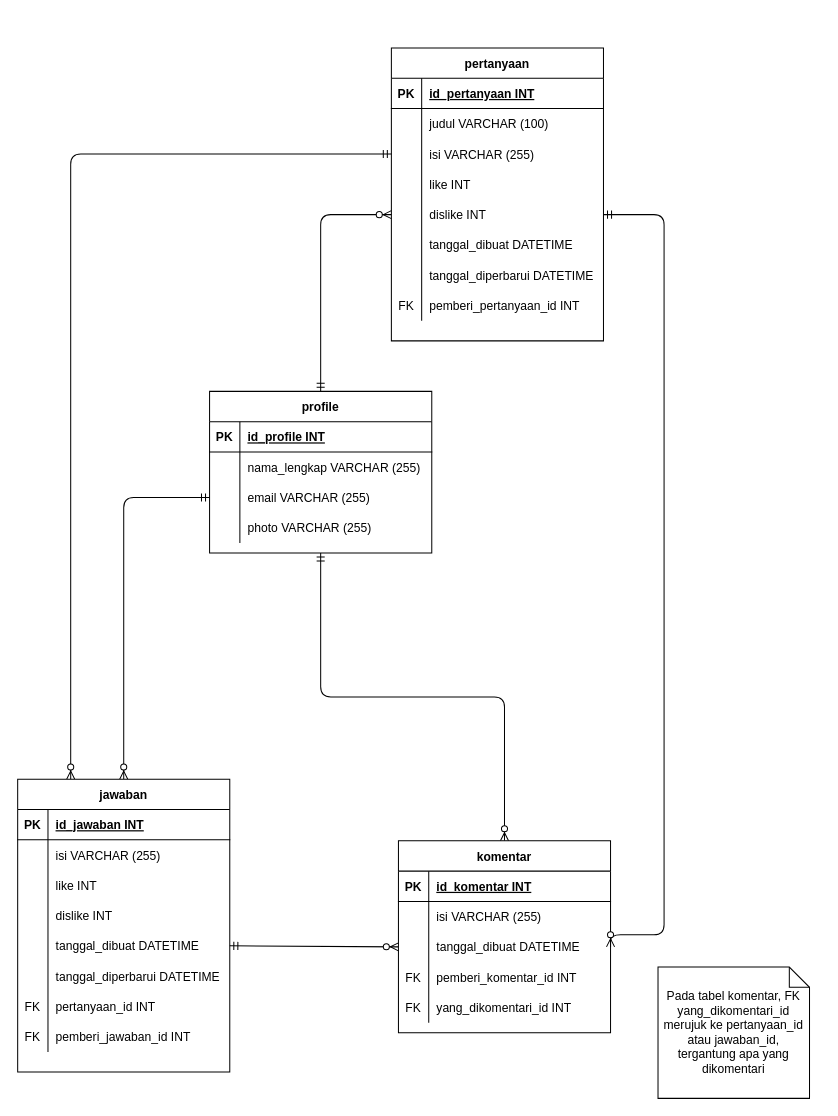
Earlier version of the draw.io diagram Untitled Diagram.drawio (rizqi-111/sql-sanbercode). Source tidied: cells renumbered, new cells numbered last; positions are measured from the earlier drawing's top-left corner, leaving out a move shared by most shapes. Both pictures are drawn from the tidied source at 101%, with x=0, y=0 at pixel (17, 47).
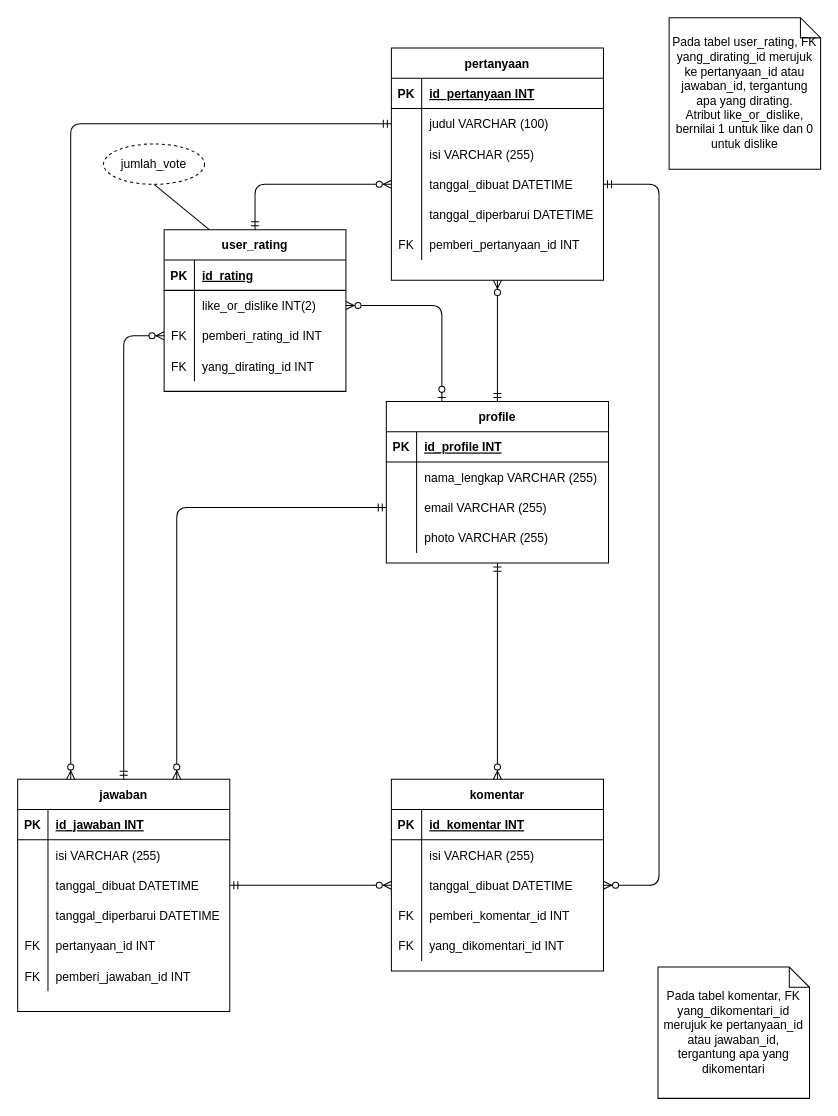
After the change.

The change refers to these unchanged cells:
```xml
<mxCell id="2" style="group;" parent="1" vertex="1">
  <mxGeometry x="370" width="210" height="230" as="geometry" />
</mxCell>
<mxCell id="7" style="shape=partialRectangle;fillColor=none;top=0;left=0;bottom=0;right=0;points=[[0,0.5],[1,0.5]];portConstraint=eastwest;" parent="3" vertex="1">
  <mxGeometry y="60" width="210" height="30" as="geometry" />
</mxCell>
<mxCell id="10" style="shape=partialRectangle;fillColor=none;top=0;left=0;bottom=0;right=0;points=[[0,0.5],[1,0.5]];portConstraint=eastwest;" parent="3" vertex="1">
  <mxGeometry y="90" width="210" height="30" as="geometry" />
</mxCell>
<mxCell id="67" style="shape=partialRectangle;fillColor=none;top=0;left=0;bottom=0;right=0;points=[[0,0.5],[1,0.5]];portConstraint=eastwest;" parent="60" vertex="1">
  <mxGeometry y="90" width="210" height="30" as="geometry" />
</mxCell>
```

The edit, as a diff of the source:
```diff
@@
     <mxCell id="3" value="pertanyaan" style="shape=table;startSize=30;childLayout=tableLayout;rowLines=0;fontStyle=1;align=center;" parent="2" vertex="1">
-      <mxGeometry width="210" height="290" as="geometry" />
+      <mxGeometry width="210" height="230" as="geometry" />
     </mxCell>
@@
-    <mxCell id="13" style="shape=partialRectangle;fillColor=none;top=0;left=0;bottom=0;right=0;" parent="3" vertex="1">
-      <mxGeometry y="120" width="210" height="30" as="geometry" />
-    </mxCell>
-    <mxCell id="14" style="shape=partialRectangle;fillColor=none;top=0;left=0;bottom=0;right=0;overflow=hidden;" parent="13" vertex="1">
-      <mxGeometry width="30" height="30" as="geometry" />
-    </mxCell>
-    <mxCell id="15" value="like INT" style="shape=partialRectangle;fillColor=none;top=0;left=0;bottom=0;right=0;align=left;spacingLeft=6;overflow=hidden;" parent="13" vertex="1">
-      <mxGeometry x="30" width="180" height="30" as="geometry" />
-    </mxCell>
-    <mxCell id="16" style="shape=partialRectangle;fillColor=none;top=0;left=0;bottom=0;right=0;points=[[0,0.5],[1,0.5]];portConstraint=eastwest;" parent="3" vertex="1">
-      <mxGeometry y="150" width="210" height="30" as="geometry" />
-    </mxCell>
-    <mxCell id="17" style="shape=partialRectangle;fillColor=none;top=0;left=0;bottom=0;right=0;overflow=hidden;" parent="16" vertex="1">
-      <mxGeometry width="30" height="30" as="geometry" />
-    </mxCell>
-    <mxCell id="18" value="dislike INT" style="shape=partialRectangle;fillColor=none;top=0;left=0;bottom=0;right=0;align=left;spacingLeft=6;overflow=hidden;" parent="16" vertex="1">
-      <mxGeometry x="30" width="180" height="30" as="geometry" />
-    </mxCell>
     <mxCell id="19" style="shape=partialRectangle;fillColor=none;top=0;left=0;bottom=0;right=0;points=[[0,0.5],[1,0.5]];portConstraint=eastwest;" parent="3" vertex="1">
-      <mxGeometry y="180" width="210" height="30" as="geometry" />
+      <mxGeometry y="120" width="210" height="30" as="geometry" />
     </mxCell>
@@
     <mxCell id="22" style="shape=partialRectangle;fillColor=none;top=0;left=0;bottom=0;right=0;" parent="3" vertex="1">
-      <mxGeometry y="210" width="210" height="30" as="geometry" />
+      <mxGeometry y="150" width="210" height="30" as="geometry" />
     </mxCell>
@@
     <mxCell id="25" style="shape=partialRectangle;fillColor=none;top=0;left=0;bottom=0;right=0;" parent="3" vertex="1">
-      <mxGeometry y="240" width="210" height="30" as="geometry" />
+      <mxGeometry y="180" width="210" height="30" as="geometry" />
     </mxCell>
@@
-    <mxCell id="30" style="fontSize=12;html=1;endArrow=ERzeroToMany;startArrow=ERmandOne;exitX=0.5;exitY=0;exitDx=0;exitDy=0;entryX=0;entryY=0.5;entryDx=0;entryDy=0;edgeStyle=orthogonalEdgeStyle;" parent="1" edge="1" source="76" target="16">
+    <mxCell id="30" style="fontSize=12;html=1;endArrow=ERzeroToMany;startArrow=ERmandOne;exitX=0.5;exitY=0;exitDx=0;exitDy=0;entryX=0.5;entryY=1;entryDx=0;entryDy=0;edgeStyle=orthogonalEdgeStyle;" parent="1" edge="1" source="76" target="3">
       <mxGeometry relative="1" as="geometry" />
     </mxCell>
@@
-    <mxCell id="33" style="fontSize=12;html=1;endArrow=ERzeroToMany;startArrow=ERmandOne;exitX=0;exitY=0.5;exitDx=0;exitDy=0;entryX=0.5;entryY=0;entryDx=0;entryDy=0;edgeStyle=orthogonalEdgeStyle;" parent="1" edge="1" source="83" target="35">
+    <mxCell id="33" style="fontSize=12;html=1;endArrow=ERzeroToMany;startArrow=ERmandOne;exitX=0;exitY=0.5;exitDx=0;exitDy=0;entryX=0.75;entryY=0;entryDx=0;entryDy=0;edgeStyle=orthogonalEdgeStyle;" parent="1" edge="1" source="83" target="35">
       <mxGeometry relative="1" as="geometry" />
     </mxCell>
-    <mxCell id="34" style="fontSize=12;html=1;endArrow=ERzeroToMany;startArrow=ERmandOne;exitX=0;exitY=0.5;exitDx=0;exitDy=0;entryX=0.25;entryY=0;entryDx=0;entryDy=0;edgeStyle=orthogonalEdgeStyle;" parent="1" edge="1" source="10" target="35">
+    <mxCell id="34" style="fontSize=12;html=1;endArrow=ERzeroToMany;startArrow=ERmandOne;exitX=0;exitY=0.5;exitDx=0;exitDy=0;entryX=0.25;entryY=0;entryDx=0;entryDy=0;edgeStyle=orthogonalEdgeStyle;" parent="1" edge="1" source="7" target="35">
       <mxGeometry relative="1" as="geometry" />
     </mxCell>
     <mxCell id="35" value="jawaban" style="shape=table;startSize=30;childLayout=tableLayout;rowLines=0;fontStyle=1;align=center;" parent="1" vertex="1">
-      <mxGeometry y="724" width="210" height="290" as="geometry" />
+      <mxGeometry y="724" width="210" height="230" as="geometry" />
     </mxCell>
@@
-    <mxCell id="42" style="shape=partialRectangle;fillColor=none;top=0;left=0;bottom=0;right=0;" parent="35" vertex="1">
-      <mxGeometry y="90" width="210" height="30" as="geometry" />
-    </mxCell>
-    <mxCell id="43" style="shape=partialRectangle;fillColor=none;top=0;left=0;bottom=0;right=0;overflow=hidden;" parent="42" vertex="1">
-      <mxGeometry width="30" height="30" as="geometry" />
-    </mxCell>
-    <mxCell id="44" value="like INT" style="shape=partialRectangle;fillColor=none;top=0;left=0;bottom=0;right=0;align=left;spacingLeft=6;overflow=hidden;" parent="42" vertex="1">
-      <mxGeometry x="30" width="180" height="30" as="geometry" />
-    </mxCell>
-    <mxCell id="45" style="shape=partialRectangle;fillColor=none;top=0;left=0;bottom=0;right=0;" parent="35" vertex="1">
-      <mxGeometry y="120" width="210" height="30" as="geometry" />
-    </mxCell>
-    <mxCell id="46" style="shape=partialRectangle;fillColor=none;top=0;left=0;bottom=0;right=0;overflow=hidden;" parent="45" vertex="1">
-      <mxGeometry width="30" height="30" as="geometry" />
-    </mxCell>
-    <mxCell id="47" value="dislike INT" style="shape=partialRectangle;fillColor=none;top=0;left=0;bottom=0;right=0;align=left;spacingLeft=6;overflow=hidden;" parent="45" vertex="1">
-      <mxGeometry x="30" width="180" height="30" as="geometry" />
-    </mxCell>
     <mxCell id="48" style="shape=partialRectangle;fillColor=none;top=0;left=0;bottom=0;right=0;points=[[0,0.5],[1,0.5]];portConstraint=eastwest;" parent="35" vertex="1">
-      <mxGeometry y="150" width="210" height="30" as="geometry" />
+      <mxGeometry y="90" width="210" height="30" as="geometry" />
     </mxCell>
@@
     <mxCell id="51" style="shape=partialRectangle;fillColor=none;top=0;left=0;bottom=0;right=0;" parent="35" vertex="1">
-      <mxGeometry y="180" width="210" height="30" as="geometry" />
+      <mxGeometry y="120" width="210" height="30" as="geometry" />
     </mxCell>
@@
     <mxCell id="54" style="shape=partialRectangle;fillColor=none;top=0;left=0;bottom=0;right=0;" parent="35" vertex="1">
-      <mxGeometry y="210" width="210" height="30" as="geometry" />
+      <mxGeometry y="150" width="210" height="30" as="geometry" />
     </mxCell>
@@
     <mxCell id="57" style="shape=partialRectangle;fillColor=none;top=0;left=0;bottom=0;right=0;" parent="35" vertex="1">
-      <mxGeometry y="240" width="210" height="30" as="geometry" />
+      <mxGeometry y="180" width="210" height="30" as="geometry" />
     </mxCell>
@@
+    <mxCell id="89" style="fontSize=12;html=1;endArrow=ERzeroToMany;startArrow=ERmandOne;exitX=1;exitY=0.5;exitDx=0;exitDy=0;entryX=1;entryY=0.5;entryDx=0;entryDy=0;edgeStyle=orthogonalEdgeStyle;" parent="1" edge="1" source="19" target="67">
+      <mxGeometry relative="1" as="geometry">
+        <Array as="points">
+          <mxPoint x="635" y="135" />
+          <mxPoint x="635" y="829" />
+        </Array>
+      </mxGeometry>
+    </mxCell>
+    <mxCell id="90" value="Pada tabel komentar, FK yang_dikomentari_id merujuk ke pertanyaan_id atau jawaban_id, tergantung apa yang dikomentari" style="shape=note;size=20;whiteSpace=wrap;html=1;" parent="1" vertex="1">
+      <mxGeometry x="634" y="910" width="150" height="130" as="geometry" />
+    </mxCell>
+    <mxCell id="76" value="profile" style="shape=table;startSize=30;childLayout=tableLayout;rowLines=0;fontStyle=1;align=center;" parent="1" vertex="1">
+      <mxGeometry x="365" y="350" width="220" height="160" as="geometry" />
+    </mxCell>
+    <mxCell id="77" style="shape=partialRectangle;fillColor=none;top=0;left=0;bottom=1;right=0;" parent="76" vertex="1">
+      <mxGeometry y="30" width="220" height="30" as="geometry" />
+    </mxCell>
+    <mxCell id="78" value="PK" style="shape=partialRectangle;fillColor=none;top=0;left=0;bottom=0;right=0;fontStyle=1;overflow=hidden;" parent="77" vertex="1">
+      <mxGeometry width="30" height="30" as="geometry" />
+    </mxCell>
+    <mxCell id="79" value="id_profile INT" style="shape=partialRectangle;fillColor=none;top=0;left=0;bottom=0;right=0;align=left;spacingLeft=6;fontStyle=5;overflow=hidden;" parent="77" vertex="1">
+      <mxGeometry x="30" width="190" height="30" as="geometry" />
+    </mxCell>
+    <mxCell id="80" style="shape=partialRectangle;fillColor=none;top=0;left=0;bottom=0;right=0;" parent="76" vertex="1">
+      <mxGeometry y="60" width="220" height="30" as="geometry" />
+    </mxCell>
+    <mxCell id="81" style="shape=partialRectangle;fillColor=none;top=0;left=0;bottom=0;right=0;overflow=hidden;" parent="80" vertex="1">
+      <mxGeometry width="30" height="30" as="geometry" />
+    </mxCell>
+    <mxCell id="82" value="nama_lengkap VARCHAR (255)" style="shape=partialRectangle;fillColor=none;top=0;left=0;bottom=0;right=0;align=left;spacingLeft=6;overflow=hidden;" parent="80" vertex="1">
+      <mxGeometry x="30" width="190" height="30" as="geometry" />
+    </mxCell>
+    <mxCell id="83" style="shape=partialRectangle;fillColor=none;top=0;left=0;bottom=0;right=0;points=[[0,0.5],[1,0.5]];portConstraint=eastwest;" parent="76" vertex="1">
+      <mxGeometry y="90" width="220" height="30" as="geometry" />
+    </mxCell>
+    <mxCell id="84" style="shape=partialRectangle;fillColor=none;top=0;left=0;bottom=0;right=0;overflow=hidden;" parent="83" vertex="1">
+      <mxGeometry width="30" height="30" as="geometry" />
+    </mxCell>
+    <mxCell id="85" value="email VARCHAR (255)" style="shape=partialRectangle;fillColor=none;top=0;left=0;bottom=0;right=0;align=left;spacingLeft=6;overflow=hidden;" parent="83" vertex="1">
+      <mxGeometry x="30" width="190" height="30" as="geometry" />
+    </mxCell>
+    <mxCell id="86" style="shape=partialRectangle;fillColor=none;top=0;left=0;bottom=0;right=0;" parent="76" vertex="1">
+      <mxGeometry y="120" width="220" height="30" as="geometry" />
+    </mxCell>
+    <mxCell id="87" style="shape=partialRectangle;fillColor=none;top=0;left=0;bottom=0;right=0;overflow=hidden;" parent="86" vertex="1">
+      <mxGeometry width="30" height="30" as="geometry" />
+    </mxCell>
+    <mxCell id="88" value="photo VARCHAR (255)" style="shape=partialRectangle;fillColor=none;top=0;left=0;bottom=0;right=0;align=left;spacingLeft=6;overflow=hidden;" parent="86" vertex="1">
+      <mxGeometry x="30" width="190" height="30" as="geometry" />
+    </mxCell>
     <mxCell id="60" value="komentar" style="shape=table;startSize=30;childLayout=tableLayout;rowLines=0;fontStyle=1;align=center;" parent="1" vertex="1">
-      <mxGeometry x="377" y="785" width="210" height="190" as="geometry" />
+      <mxGeometry x="370" y="724" width="210" height="190" as="geometry" />
     </mxCell>
@@
-    <mxCell id="76" value="profile" style="shape=table;startSize=30;childLayout=tableLayout;rowLines=0;fontStyle=1;align=center;" parent="1" vertex="1">
-      <mxGeometry x="190" y="340" width="220" height="160" as="geometry" />
-    </mxCell>
-    <mxCell id="77" style="shape=partialRectangle;fillColor=none;top=0;left=0;bottom=1;right=0;" parent="76" vertex="1">
-      <mxGeometry y="30" width="220" height="30" as="geometry" />
-    </mxCell>
-    <mxCell id="78" value="PK" style="shape=partialRectangle;fillColor=none;top=0;left=0;bottom=0;right=0;fontStyle=1;overflow=hidden;" parent="77" vertex="1">
-      <mxGeometry width="30" height="30" as="geometry" />
-    </mxCell>
-    <mxCell id="79" value="id_profile INT" style="shape=partialRectangle;fillColor=none;top=0;left=0;bottom=0;right=0;align=left;spacingLeft=6;fontStyle=5;overflow=hidden;" parent="77" vertex="1">
-      <mxGeometry x="30" width="190" height="30" as="geometry" />
-    </mxCell>
-    <mxCell id="80" style="shape=partialRectangle;fillColor=none;top=0;left=0;bottom=0;right=0;" parent="76" vertex="1">
-      <mxGeometry y="60" width="220" height="30" as="geometry" />
-    </mxCell>
-    <mxCell id="81" style="shape=partialRectangle;fillColor=none;top=0;left=0;bottom=0;right=0;overflow=hidden;" parent="80" vertex="1">
-      <mxGeometry width="30" height="30" as="geometry" />
-    </mxCell>
-    <mxCell id="82" value="nama_lengkap VARCHAR (255)" style="shape=partialRectangle;fillColor=none;top=0;left=0;bottom=0;right=0;align=left;spacingLeft=6;overflow=hidden;" parent="80" vertex="1">
-      <mxGeometry x="30" width="190" height="30" as="geometry" />
-    </mxCell>
-    <mxCell id="83" style="shape=partialRectangle;fillColor=none;top=0;left=0;bottom=0;right=0;points=[[0,0.5],[1,0.5]];portConstraint=eastwest;" parent="76" vertex="1">
-      <mxGeometry y="90" width="220" height="30" as="geometry" />
-    </mxCell>
-    <mxCell id="84" style="shape=partialRectangle;fillColor=none;top=0;left=0;bottom=0;right=0;overflow=hidden;" parent="83" vertex="1">
-      <mxGeometry width="30" height="30" as="geometry" />
-    </mxCell>
-    <mxCell id="85" value="email VARCHAR (255)" style="shape=partialRectangle;fillColor=none;top=0;left=0;bottom=0;right=0;align=left;spacingLeft=6;overflow=hidden;" parent="83" vertex="1">
-      <mxGeometry x="30" width="190" height="30" as="geometry" />
-    </mxCell>
-    <mxCell id="86" style="shape=partialRectangle;fillColor=none;top=0;left=0;bottom=0;right=0;" parent="76" vertex="1">
-      <mxGeometry y="120" width="220" height="30" as="geometry" />
-    </mxCell>
-    <mxCell id="87" style="shape=partialRectangle;fillColor=none;top=0;left=0;bottom=0;right=0;overflow=hidden;" parent="86" vertex="1">
-      <mxGeometry width="30" height="30" as="geometry" />
-    </mxCell>
-    <mxCell id="88" value="photo VARCHAR (255)" style="shape=partialRectangle;fillColor=none;top=0;left=0;bottom=0;right=0;align=left;spacingLeft=6;overflow=hidden;" parent="86" vertex="1">
-      <mxGeometry x="30" width="190" height="30" as="geometry" />
-    </mxCell>
-    <mxCell id="89" style="fontSize=12;html=1;endArrow=ERzeroToMany;startArrow=ERmandOne;exitX=1;exitY=0.5;exitDx=0;exitDy=0;entryX=1;entryY=0.5;entryDx=0;entryDy=0;edgeStyle=orthogonalEdgeStyle;" parent="1" edge="1" source="16" target="67">
-      <mxGeometry relative="1" as="geometry">
-        <Array as="points">
-          <mxPoint x="640" y="165" />
-          <mxPoint x="640" y="878" />
-        </Array>
-      </mxGeometry>
-    </mxCell>
-    <mxCell id="90" value="Pada tabel komentar, FK yang_dikomentari_id merujuk ke pertanyaan_id atau jawaban_id, tergantung apa yang dikomentari" style="shape=note;size=20;whiteSpace=wrap;html=1;" parent="1" vertex="1">
-      <mxGeometry x="634" y="910" width="150" height="130" as="geometry" />
-    </mxCell>
+    <mxCell id="91" style="fontSize=12;html=1;endArrow=ERzeroToMany;startArrow=ERmandOne;exitX=0.5;exitY=0;exitDx=0;exitDy=0;entryX=0;entryY=0.5;entryDx=0;entryDy=0;edgeStyle=orthogonalEdgeStyle;" parent="1" edge="1" source="35" target="99">
+      <mxGeometry relative="1" as="geometry">
+        <Array as="points">
+          <mxPoint x="105" y="285" />
+        </Array>
+      </mxGeometry>
+    </mxCell>
+    <mxCell id="92" value="user_rating" style="shape=table;startSize=30;childLayout=tableLayout;rowLines=0;fontStyle=1;align=center;" parent="1" vertex="1">
+      <mxGeometry x="145" y="180" width="180" height="160" as="geometry" />
+    </mxCell>
+    <mxCell id="93" style="shape=partialRectangle;fillColor=none;top=0;left=0;bottom=1;right=0;" parent="92" vertex="1">
+      <mxGeometry y="30" width="180" height="30" as="geometry" />
+    </mxCell>
+    <mxCell id="94" value="PK" style="shape=partialRectangle;fillColor=none;top=0;left=0;bottom=0;right=0;fontStyle=1;overflow=hidden;" parent="93" vertex="1">
+      <mxGeometry width="30" height="30" as="geometry" />
+    </mxCell>
+    <mxCell id="95" value="id_rating" style="shape=partialRectangle;fillColor=none;top=0;left=0;bottom=0;right=0;align=left;spacingLeft=6;fontStyle=5;overflow=hidden;" parent="93" vertex="1">
+      <mxGeometry x="30" width="150" height="30" as="geometry" />
+    </mxCell>
+    <mxCell id="96" style="shape=partialRectangle;fillColor=none;top=0;left=0;bottom=0;right=0;points=[[0,0.5],[1,0.5]];portConstraint=eastwest;" parent="92" vertex="1">
+      <mxGeometry y="60" width="180" height="30" as="geometry" />
+    </mxCell>
+    <mxCell id="97" style="shape=partialRectangle;fillColor=none;top=0;left=0;bottom=0;right=0;overflow=hidden;" parent="96" vertex="1">
+      <mxGeometry width="30" height="30" as="geometry" />
+    </mxCell>
+    <mxCell id="98" value="like_or_dislike INT(2)" style="shape=partialRectangle;fillColor=none;top=0;left=0;bottom=0;right=0;align=left;spacingLeft=6;overflow=hidden;" parent="96" vertex="1">
+      <mxGeometry x="30" width="150" height="30" as="geometry" />
+    </mxCell>
+    <mxCell id="99" style="shape=partialRectangle;fillColor=none;top=0;left=0;bottom=0;right=0;points=[[0,0.5],[1,0.5]];portConstraint=eastwest;" parent="92" vertex="1">
+      <mxGeometry y="90" width="180" height="30" as="geometry" />
+    </mxCell>
+    <mxCell id="100" value="FK" style="shape=partialRectangle;fillColor=none;top=0;left=0;bottom=0;right=0;fontStyle=0;overflow=hidden;" parent="99" vertex="1">
+      <mxGeometry width="30" height="30" as="geometry" />
+    </mxCell>
+    <mxCell id="101" value="pemberi_rating_id INT" style="shape=partialRectangle;fillColor=none;top=0;left=0;bottom=0;right=0;align=left;spacingLeft=6;fontStyle=0;overflow=hidden;" parent="99" vertex="1">
+      <mxGeometry x="30" width="150" height="30" as="geometry" />
+    </mxCell>
+    <mxCell id="102" style="shape=partialRectangle;fillColor=none;top=0;left=0;bottom=0;right=0;" parent="92" vertex="1">
+      <mxGeometry y="120" width="180" height="30" as="geometry" />
+    </mxCell>
+    <mxCell id="103" value="FK" style="shape=partialRectangle;fillColor=none;top=0;left=0;bottom=0;right=0;fontStyle=0;overflow=hidden;" parent="102" vertex="1">
+      <mxGeometry width="30" height="30" as="geometry" />
+    </mxCell>
+    <mxCell id="104" value="yang_dirating_id INT" style="shape=partialRectangle;fillColor=none;top=0;left=0;bottom=0;right=0;align=left;spacingLeft=6;fontStyle=0;overflow=hidden;" parent="102" vertex="1">
+      <mxGeometry x="30" width="150" height="30" as="geometry" />
+    </mxCell>
+    <mxCell id="105" style="fontSize=12;html=1;endArrow=ERzeroToMany;startArrow=ERzeroToOne;exitX=0.25;exitY=0;exitDx=0;exitDy=0;entryX=1;entryY=0.5;entryDx=0;entryDy=0;edgeStyle=orthogonalEdgeStyle;" parent="1" edge="1" source="76" target="96">
+      <mxGeometry relative="1" as="geometry" />
+    </mxCell>
+    <mxCell id="106" style="fontSize=12;html=1;endArrow=ERzeroToMany;startArrow=ERmandOne;exitX=0.5;exitY=0;exitDx=0;exitDy=0;entryX=0;entryY=0.5;entryDx=0;entryDy=0;edgeStyle=orthogonalEdgeStyle;" parent="1" edge="1" source="92" target="19">
+      <mxGeometry relative="1" as="geometry" />
+    </mxCell>
+    <mxCell id="107" value="Pada tabel user_rating, FK yang_dirating_id merujuk ke pertanyaan_id atau jawaban_id, tergantung apa yang dirating.&lt;br&gt;Atribut like_or_dislike, bernilai 1 untuk like dan 0 untuk dislike" style="shape=note;size=20;whiteSpace=wrap;html=1;" parent="1" vertex="1">
+      <mxGeometry x="645" y="-30" width="150" height="150" as="geometry" />
+    </mxCell>
+    <mxCell id="108" value="jumlah_vote" style="ellipse;whiteSpace=wrap;html=1;align=center;dashed=1;" parent="1" vertex="1">
+      <mxGeometry x="85" y="95" width="100" height="40" as="geometry" />
+    </mxCell>
+    <mxCell id="109" style="endArrow=none;html=1;rounded=0;entryX=0.5;entryY=1;entryDx=0;entryDy=0;exitX=0.25;exitY=0;exitDx=0;exitDy=0;" parent="1" edge="1" source="92" target="108">
+      <mxGeometry relative="1" as="geometry" />
+    </mxCell>
```
